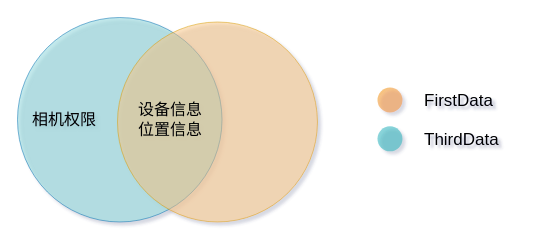
The draw.io diagram 韦恩图.drawio in milaLIAN/iodraw-files, before the edit. Source tidied: cells renumbered, new cells numbered last; positions are measured from the earlier drawing's top-left corner, leaving out a move shared by most shapes. Both pictures are drawn from the tidied source at 100%, with x=0, y=0 at pixel (17, 17).
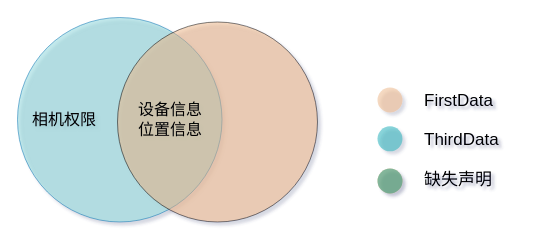
The same page after the edit.

Commit message (it also covers changes not shown here):
更新韦恩图.drawio

What changed in the source:
```diff
@@
 <mxGraphModel shadow="1">
   <root>
     <mxCell id="0" />
     <mxCell id="1" parent="0" />
-    <mxCell id="2" value="&lt;div style=&quot;text-align: center ; font-size: 16px&quot;&gt;&lt;br&gt;&lt;/div&gt;" style="ellipse;whiteSpace=wrap;html=1;rounded=1;shadow=0;glass=0;labelBackgroundColor=none;strokeColor=none;strokeWidth=1;fillColor=#F08705;gradientColor=none;fontFamily=Helvetica;fontSize=16;fontColor=#2F5B7C;align=center;opacity=50;verticalAlign=top;spacing=15;" parent="1" vertex="1">
+    <mxCell id="2" value="&lt;div style=&quot;text-align: center ; font-size: 16px&quot;&gt;&lt;br&gt;&lt;/div&gt;" style="ellipse;whiteSpace=wrap;html=1;rounded=1;shadow=0;glass=0;labelBackgroundColor=none;strokeColor=none;strokeWidth=1;fillColor=#ebb384;gradientColor=none;fontFamily=Helvetica;fontSize=16;fontColor=#2F5B7C;align=center;opacity=50;verticalAlign=top;spacing=15;" parent="1" vertex="1">
       <mxGeometry x="360" y="70" width="25" height="25" as="geometry" />
     </mxCell>
     <mxCell id="3" value="&lt;font color=&quot;#000000&quot;&gt;相机权限&lt;/font&gt;" style="ellipse;whiteSpace=wrap;html=1;rounded=1;shadow=0;glass=0;labelBackgroundColor=none;strokeColor=#006EAF;strokeWidth=1;fillColor=#88d4da;fontFamily=Helvetica;fontSize=16;fontColor=#ffffff;align=left;opacity=50;spacing=15;" parent="1" vertex="1">
       <mxGeometry width="204.5" height="204.5" as="geometry" />
     </mxCell>
-    <mxCell id="4" style="ellipse;whiteSpace=wrap;html=1;rounded=1;shadow=0;glass=0;labelBackgroundColor=none;strokeColor=#d79b00;strokeWidth=1;fillColor=#f7c382;fontFamily=Helvetica;fontSize=16;align=right;opacity=50;spacing=15;" parent="1" vertex="1">
+    <mxCell id="4" style="ellipse;whiteSpace=wrap;html=1;rounded=1;shadow=0;glass=0;labelBackgroundColor=none;strokeWidth=1;fontFamily=Helvetica;fontSize=16;align=right;opacity=50;spacing=15;fillColor=#ebb384;" parent="1" vertex="1">
       <mxGeometry x="100" y="4.5" width="200" height="200" as="geometry" />
     </mxCell>
     <mxCell id="5" value="&lt;font color=&quot;#000000&quot;&gt;设备信息&lt;/font&gt;&lt;div&gt;&lt;font color=&quot;#000000&quot;&gt;位置信息&lt;/font&gt;&lt;/div&gt;" style="text;html=1;strokeColor=none;fillColor=none;align=center;verticalAlign=middle;whiteSpace=wrap;rounded=0;shadow=0;glass=0;labelBackgroundColor=none;fontFamily=Helvetica;fontSize=16;fontColor=#2F5B7C;" parent="1" vertex="1">
       <mxGeometry x="110" y="91.6" width="85.5" height="21.2" as="geometry" />
     </mxCell>
     <mxCell id="6" value="ThirdData" style="text;align=left;verticalAlign=top;spacingTop=-4;fontSize=17;fontFamily=Helvetica;fontColor=#000000;textShadow=0;" parent="1" vertex="1">
       <mxGeometry x="405" y="108.8" width="100" height="30" as="geometry" />
     </mxCell>
     <mxCell id="7" style="ellipse;whiteSpace=wrap;html=1;rounded=1;shadow=0;glass=0;labelBackgroundColor=none;strokeColor=none;strokeWidth=1;fillColor=#12AAB5;gradientColor=none;fontFamily=Helvetica;fontSize=16;fontColor=#2F5B7C;align=center;opacity=50;spacing=15;" parent="1" vertex="1">
       <mxGeometry x="360" y="108.8" width="25" height="25" as="geometry" />
     </mxCell>
     <mxCell id="8" value="FirstData" style="text;align=left;verticalAlign=top;spacingTop=-4;fontSize=17;fontFamily=Helvetica;fontColor=#000000;textShadow=0;" parent="1" vertex="1">
       <mxGeometry x="405" y="70" width="90" height="30" as="geometry" />
     </mxCell>
+    <mxCell id="9" value="&lt;div style=&quot;text-align: center ; font-size: 16px&quot;&gt;&lt;br&gt;&lt;/div&gt;" style="ellipse;whiteSpace=wrap;html=1;rounded=1;shadow=0;glass=0;labelBackgroundColor=none;strokeColor=none;strokeWidth=1;fillColor=#F08705;gradientColor=none;fontFamily=Helvetica;fontSize=16;fontColor=#2F5B7C;align=center;opacity=50;verticalAlign=top;spacing=15;" parent="1" vertex="1">
+      <mxGeometry x="360" y="151" width="25" height="25" as="geometry" />
+    </mxCell>
+    <mxCell id="10" style="ellipse;whiteSpace=wrap;html=1;rounded=1;shadow=0;glass=0;labelBackgroundColor=none;strokeColor=none;strokeWidth=1;fillColor=#12AAB5;gradientColor=none;fontFamily=Helvetica;fontSize=16;fontColor=#2F5B7C;align=center;opacity=50;spacing=15;" parent="1" vertex="1">
+      <mxGeometry x="360" y="151" width="25" height="25" as="geometry" />
+    </mxCell>
+    <mxCell id="11" value="缺失声明" style="text;align=left;verticalAlign=top;spacingTop=-4;fontSize=17;fontFamily=Helvetica;fontColor=#000000;textShadow=0;" parent="1" vertex="1">
+      <mxGeometry x="405" y="148.5" width="90" height="30" as="geometry" />
+    </mxCell>
   </root>
 </mxGraphModel>
```
